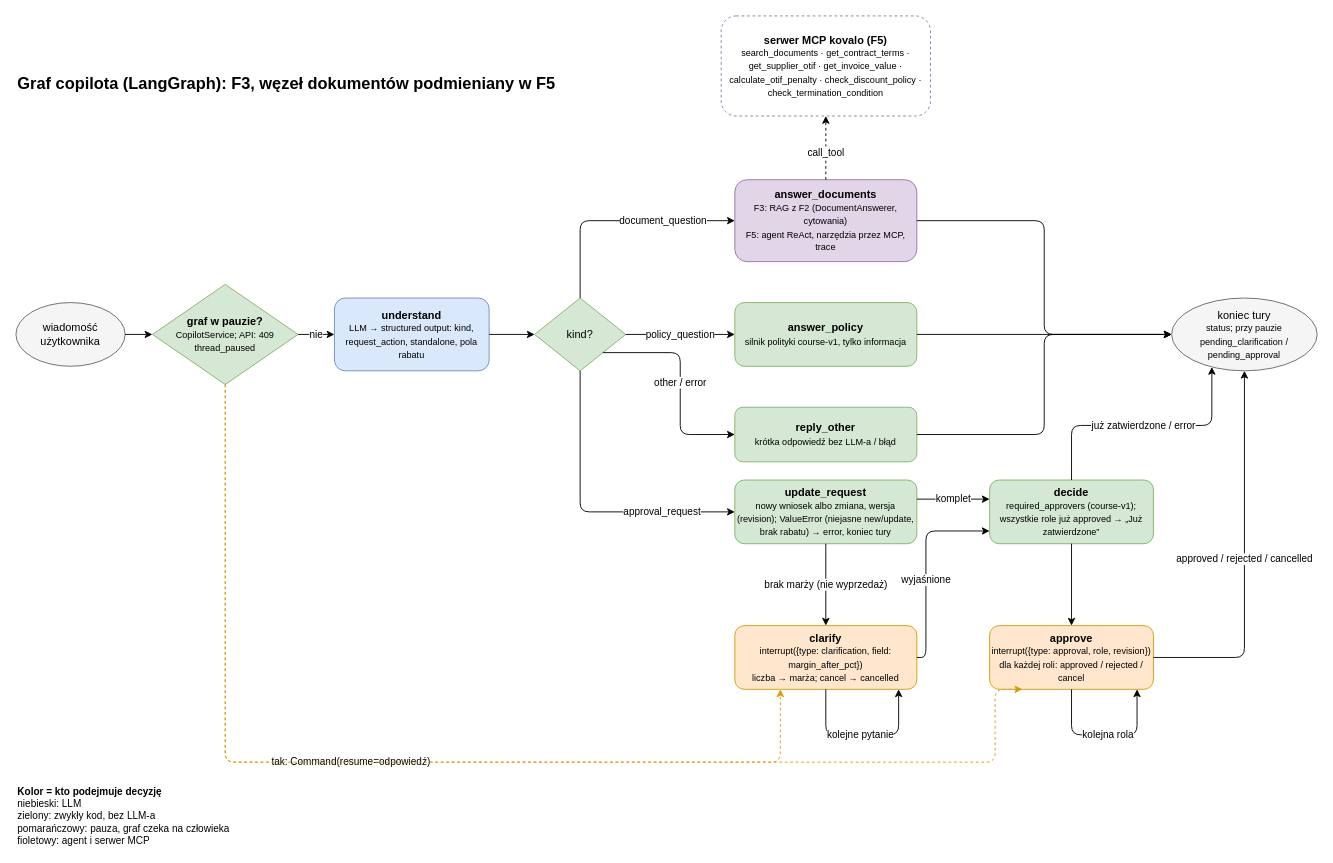
oszypczy/kovalo-copilot keeps this draw.io diagram as page "2. Graf copilota" (2 of 6) of docs/architecture/kovalo-architecture.drawio. Above is the earlier version. Source tidied: cells renumbered, new cells numbered last; positions are measured from the earlier drawing's top-left corner, leaving out a move shared by most shapes. Both pictures are drawn from the tidied source at 91%, with x=0, y=0 at pixel (15, 15).
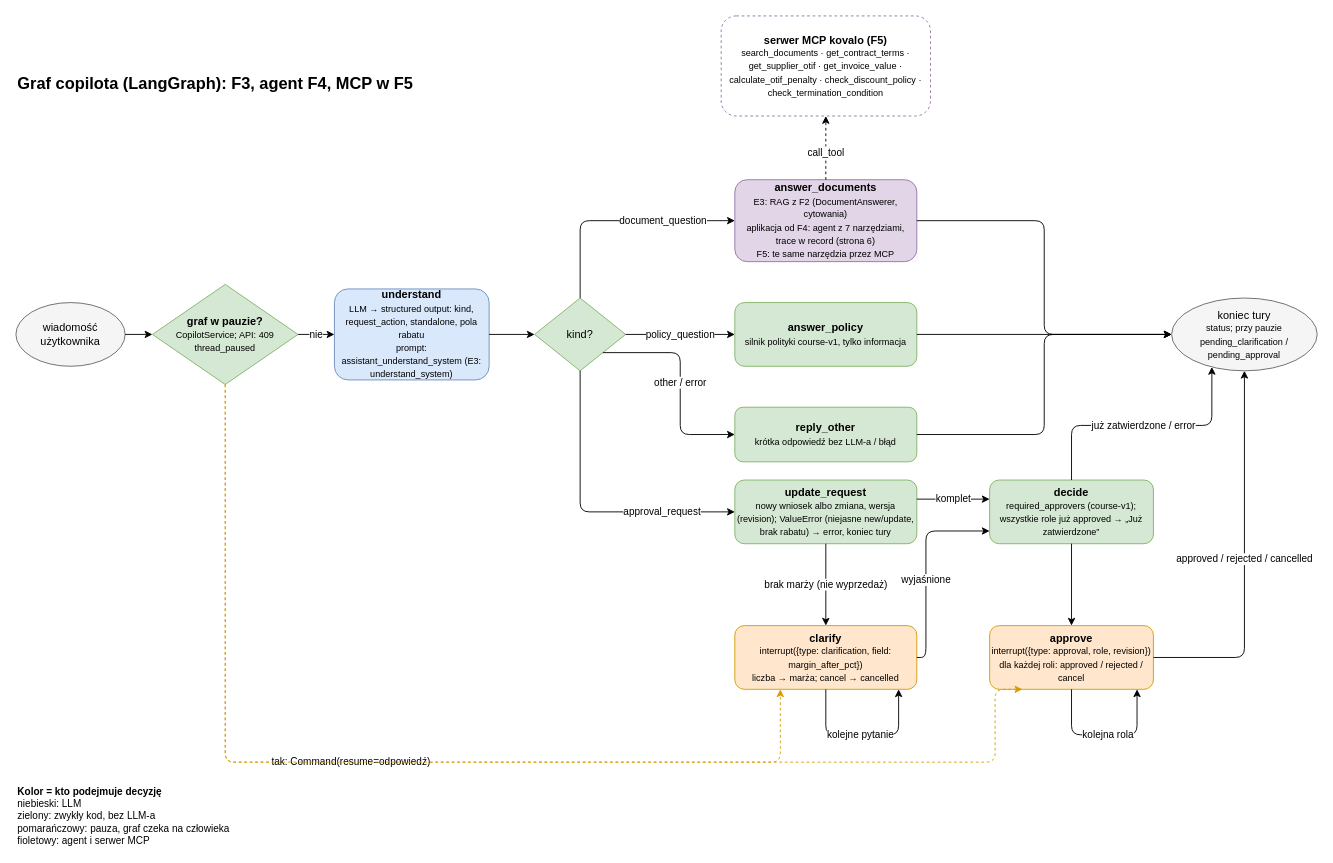
The same page after the edit.

Change to the diagram source:
```diff
@@
-    <mxCell id="2" value="&lt;b&gt;Graf copilota (LangGraph): F3, węzeł dokumentów podmieniany w F5&lt;/b&gt;" style="text;html=1;fontSize=18;align=left;verticalAlign=middle;" parent="1" vertex="1">
+    <mxCell id="2" value="&lt;b&gt;Graf copilota (LangGraph): F3, agent F4, MCP w F5&lt;/b&gt;" style="text;html=1;fontSize=18;align=left;verticalAlign=middle;" parent="1" vertex="1">
       <mxGeometry y="60" width="700" height="30" as="geometry" />
     </mxCell>
@@
-    <mxCell id="5" value="&lt;b&gt;understand&lt;/b&gt;&lt;br&gt;&lt;font style=&quot;font-size:10px&quot;&gt;LLM → structured output: kind, request_action, standalone, pola rabatu&lt;/font&gt;" style="rounded=1;fillColor=#dae8fc;strokeColor=#6c8ebf;whiteSpace=wrap;html=1;" parent="1" vertex="1">
-      <mxGeometry x="350" y="310" width="170" height="80" as="geometry" />
+    <mxCell id="5" value="&lt;b&gt;understand&lt;/b&gt;&lt;br&gt;&lt;font style=&quot;font-size:10px&quot;&gt;LLM → structured output: kind, request_action, standalone, pola rabatu&lt;br&gt;prompt: assistant_understand_system (E3: understand_system)&lt;/font&gt;" style="rounded=1;fillColor=#dae8fc;strokeColor=#6c8ebf;whiteSpace=wrap;html=1;" parent="1" vertex="1">
+      <mxGeometry x="350" y="300" width="170" height="100" as="geometry" />
     </mxCell>
@@
-    <mxCell id="7" value="&lt;b&gt;answer_documents&lt;/b&gt;&lt;br&gt;&lt;font style=&quot;font-size:10px&quot;&gt;F3: RAG z F2 (DocumentAnswerer, cytowania)&lt;br&gt;F5: agent ReAct, narzędzia przez MCP, trace&lt;/font&gt;" style="rounded=1;fillColor=#e1d5e7;strokeColor=#9673a6;whiteSpace=wrap;html=1;" parent="1" vertex="1">
+    <mxCell id="7" value="&lt;b&gt;answer_documents&lt;/b&gt;&lt;br&gt;&lt;font style=&quot;font-size:10px&quot;&gt;E3: RAG z F2 (DocumentAnswerer, cytowania)&lt;br&gt;aplikacja od F4: agent z 7 narzędziami, trace w record (strona 6)&lt;br&gt;F5: te same narzędzia przez MCP&lt;/font&gt;" style="rounded=1;fillColor=#e1d5e7;strokeColor=#9673a6;whiteSpace=wrap;html=1;" parent="1" vertex="1">
       <mxGeometry x="790" y="180" width="200" height="90" as="geometry" />
     </mxCell>
```
